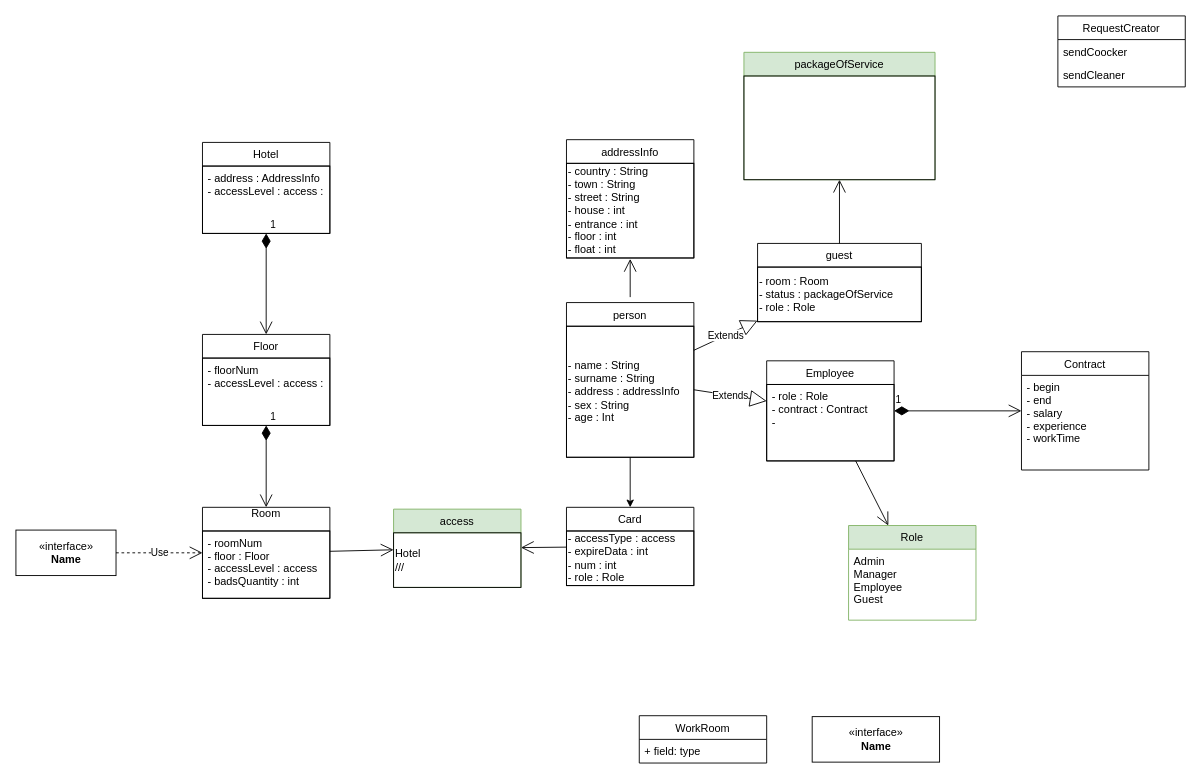
This is doc/umlclass.drawio from Brisoul/Hotel-bussiness-administration, a draw.io file, before an edit. Source tidied: cells renumbered, new cells numbered last; positions are measured from the earlier drawing's top-left corner, leaving out a move shared by most shapes. Both pictures are drawn from the tidied source at 91%, with x=0, y=0 at pixel (15, 15).
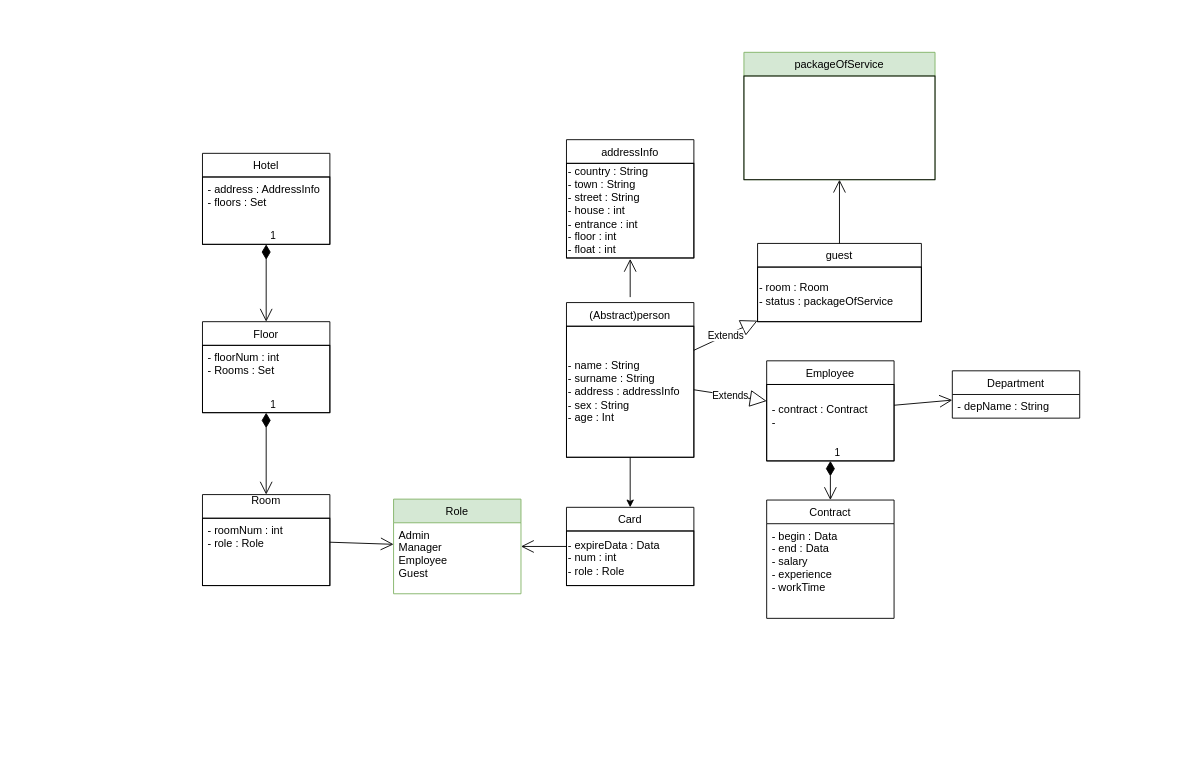
After the change.

The change refers to these unchanged cells:
```xml
<mxCell id="4" value="Card" style="swimlane;fontStyle=0;horizontal=1;startSize=26;fillColor=none;" parent="1" vertex="1">
  <mxGeometry x="605" y="540" width="140" height="86" as="geometry" />
</mxCell>
<mxCell id="6" value="guest" style="swimlane;fontStyle=0;horizontal=1;startSize=26;fillColor=none;" parent="1" vertex="1">
  <mxGeometry x="815" y="250" width="180" height="86" as="geometry" />
</mxCell>
<mxCell id="8" value="Employee" style="swimlane;fontStyle=0;horizontal=1;startSize=26;fillColor=none;" parent="1" vertex="1">
  <mxGeometry x="825" y="379" width="140" height="110" as="geometry" />
</mxCell>
```

Change to the diagram source:
```diff
@@
     <mxCell id="2" value="Room&#10;" style="swimlane;fontStyle=0;horizontal=1;startSize=26;fillColor=none;" parent="1" vertex="1">
-      <mxGeometry x="205" y="540" width="140" height="100" as="geometry" />
+      <mxGeometry x="205" y="526" width="140" height="100" as="geometry" />
     </mxCell>
-    <mxCell id="3" value="- roomNum&#10;- floor : Floor&#10;- accessLevel : access&#10;- badsQuantity : int" style="text;strokeColor=default;fillColor=none;align=left;verticalAlign=top;spacingLeft=4;spacingRight=4;overflow=hidden;" parent="2" vertex="1">
+    <mxCell id="3" value="- roomNum : int&#10;- role : Role" style="text;strokeColor=default;fillColor=none;align=left;verticalAlign=top;spacingLeft=4;spacingRight=4;overflow=hidden;" parent="2" vertex="1">
       <mxGeometry y="26" width="140" height="74" as="geometry" />
     </mxCell>
@@
-    <mxCell id="5" value="- accessType : access&lt;br&gt;- expireData : int&lt;br&gt;- num : int&lt;br&gt;- role : Role" style="rounded=0;whiteSpace=wrap;html=1;strokeColor=default;fillColor=none;align=left;" parent="4" vertex="1">
+    <mxCell id="5" value="- expireData : Data&lt;br&gt;- num : int&lt;br&gt;- role : Role" style="rounded=0;whiteSpace=wrap;html=1;strokeColor=default;fillColor=none;align=left;" parent="4" vertex="1">
       <mxGeometry y="26" width="140" height="60" as="geometry" />
     </mxCell>
@@
-    <mxCell id="7" value="- room : Room&lt;br&gt;- status : packageOfService&lt;br&gt;- role : Role" style="rounded=0;whiteSpace=wrap;html=1;strokeColor=default;fillColor=none;align=left;" parent="6" vertex="1">
+    <mxCell id="7" value="- room : Room&lt;br&gt;- status : packageOfService" style="rounded=0;whiteSpace=wrap;html=1;strokeColor=default;fillColor=none;align=left;" parent="6" vertex="1">
       <mxGeometry y="26" width="180" height="60" as="geometry" />
     </mxCell>
@@
-    <mxCell id="9" value="- role : Role&#10;- contract : Contract&#10;- " style="text;strokeColor=default;fillColor=none;align=left;verticalAlign=top;spacingLeft=4;spacingRight=4;overflow=hidden;" parent="8" vertex="1">
+    <mxCell id="9" value="&#10;- contract : Contract&#10;- " style="text;strokeColor=default;fillColor=none;align=left;verticalAlign=top;spacingLeft=4;spacingRight=4;overflow=hidden;" parent="8" vertex="1">
       <mxGeometry y="26" width="140" height="84" as="geometry" />
     </mxCell>
-    <mxCell id="10" value="person" style="swimlane;fontStyle=0;horizontal=1;startSize=26;fillColor=none;" parent="1" vertex="1">
+    <mxCell id="10" value="(Abstract)person" style="swimlane;fontStyle=0;horizontal=1;startSize=26;fillColor=none;" parent="1" vertex="1">
       <mxGeometry x="605" y="315" width="140" height="170" as="geometry" />
     </mxCell>
@@
-    <mxCell id="12" value="access" style="swimlane;fontStyle=0;horizontal=1;startSize=26;fillColor=#d5e8d4;strokeColor=#82b366;" parent="1" vertex="1">
-      <mxGeometry x="415" y="542" width="140" height="86" as="geometry" />
-    </mxCell>
-    <mxCell id="13" value="Hotel&lt;br&gt;///" style="rounded=0;whiteSpace=wrap;html=1;strokeColor=default;fillColor=none;align=left;" parent="12" vertex="1">
-      <mxGeometry y="26" width="140" height="60" as="geometry" />
-    </mxCell>
@@
-    <mxCell id="16" style="endArrow=open;endFill=1;endSize=12;html=1;rounded=0;elbow=vertical;" parent="1" edge="1" source="2" target="12">
-      <mxGeometry relative="1" as="geometry" />
-    </mxCell>
@@
-    <mxCell id="19" style="endArrow=open;endFill=1;endSize=12;html=1;rounded=0;" parent="1" edge="1" source="4" target="12">
-      <mxGeometry relative="1" as="geometry" />
-    </mxCell>
@@
     <mxCell id="24" value="Floor" style="swimlane;fontStyle=0;horizontal=1;startSize=26;fillColor=none;" parent="1" vertex="1">
-      <mxGeometry x="205" y="350" width="140" height="100" as="geometry" />
+      <mxGeometry x="205" y="336" width="140" height="100" as="geometry" />
     </mxCell>
-    <mxCell id="25" value="- floorNum&#10;- accessLevel : access :" style="text;strokeColor=default;fillColor=none;align=left;verticalAlign=top;spacingLeft=4;spacingRight=4;overflow=hidden;" parent="24" vertex="1">
+    <mxCell id="25" value="- floorNum : int&#10;- Rooms : Set" style="text;strokeColor=default;fillColor=none;align=left;verticalAlign=top;spacingLeft=4;spacingRight=4;overflow=hidden;" parent="24" vertex="1">
       <mxGeometry y="26" width="140" height="74" as="geometry" />
     </mxCell>
     <mxCell id="26" value="Hotel" style="swimlane;fontStyle=0;horizontal=1;startSize=26;fillColor=none;" parent="1" vertex="1">
-      <mxGeometry x="205" y="139" width="140" height="100" as="geometry" />
+      <mxGeometry x="205" y="151" width="140" height="100" as="geometry" />
     </mxCell>
-    <mxCell id="27" value="- address : AddressInfo&#10;- accessLevel : access :" style="text;strokeColor=default;fillColor=none;align=left;verticalAlign=top;spacingLeft=4;spacingRight=4;overflow=hidden;" parent="26" vertex="1">
+    <mxCell id="27" value="- address : AddressInfo&#10;- floors : Set" style="text;strokeColor=default;fillColor=none;align=left;verticalAlign=top;spacingLeft=4;spacingRight=4;overflow=hidden;" parent="26" vertex="1">
       <mxGeometry y="26" width="140" height="74" as="geometry" />
     </mxCell>
@@
     <mxCell id="30" value="Contract" style="swimlane;fontStyle=0;horizontal=1;startSize=26;fillColor=none;" parent="1" vertex="1">
-      <mxGeometry x="1105" y="369" width="140" height="130" as="geometry" />
+      <mxGeometry x="825" y="532" width="140" height="130" as="geometry" />
     </mxCell>
-    <mxCell id="31" value="- begin&#10;- end&#10;- salary&#10;- experience&#10;- workTime&#10;" style="text;strokeColor=none;fillColor=none;align=left;verticalAlign=top;spacingLeft=4;spacingRight=4;overflow=hidden;" parent="30" vertex="1">
+    <mxCell id="31" value="- begin : Data&#10;- end : Data&#10;- salary&#10;- experience&#10;- workTime&#10;" style="text;strokeColor=none;fillColor=none;align=left;verticalAlign=top;spacingLeft=4;spacingRight=4;overflow=hidden;" parent="30" vertex="1">
       <mxGeometry y="26" width="140" height="104" as="geometry" />
     </mxCell>
     <mxCell id="32" value="Role" style="swimlane;fontStyle=0;horizontal=1;startSize=26;fillColor=#d5e8d4;strokeColor=#82b366;" parent="1" vertex="1">
-      <mxGeometry x="915" y="560" width="140" height="104" as="geometry" />
+      <mxGeometry x="415" y="531" width="140" height="104" as="geometry" />
     </mxCell>
@@
-    <mxCell id="34" style="endArrow=open;endFill=1;endSize=12;html=1;rounded=0;" parent="1" edge="1" source="8" target="32">
+    <mxCell id="34" style="endArrow=open;endFill=1;endSize=12;html=1;rounded=0;" parent="1" edge="1" source="4" target="32">
       <mxGeometry relative="1" as="geometry" />
     </mxCell>
@@
-    <mxCell id="37" value="WorkRoom" style="swimlane;fontStyle=0;horizontal=1;startSize=26;fillColor=none;" parent="1" vertex="1">
-      <mxGeometry x="685" y="769" width="140" height="52" as="geometry" />
-    </mxCell>
-    <mxCell id="38" value="+ field: type" style="text;strokeColor=none;fillColor=none;align=left;verticalAlign=top;spacingLeft=4;spacingRight=4;overflow=hidden;" parent="37" vertex="1">
-      <mxGeometry y="26" width="140" height="26" as="geometry" />
-    </mxCell>
-    <mxCell id="39" value="&amp;laquo;interface&amp;raquo;&lt;br&gt;&lt;b&gt;Name&lt;/b&gt;" style="html=1;" parent="1" vertex="1">
-      <mxGeometry x="875" y="770" width="140" height="50" as="geometry" />
-    </mxCell>
-    <mxCell id="40" value="&amp;laquo;interface&amp;raquo;&lt;br&gt;&lt;b&gt;Name&lt;/b&gt;" style="html=1;fillColor=none;" parent="1" vertex="1">
-      <mxGeometry y="565" width="110" height="50" as="geometry" />
-    </mxCell>
-    <mxCell id="41" value="Use" style="endArrow=open;endSize=12;dashed=1;html=1;rounded=0;" parent="1" edge="1" source="40" target="2">
-      <mxGeometry relative="1" as="geometry" />
-    </mxCell>
-    <mxCell id="42" value="RequestCreator" style="swimlane;fontStyle=0;horizontal=1;startSize=26;fillColor=none;" parent="1" vertex="1">
-      <mxGeometry x="1145" width="140" height="78" as="geometry" />
-    </mxCell>
-    <mxCell id="43" value="sendCoocker" style="text;strokeColor=none;fillColor=none;align=left;verticalAlign=top;spacingLeft=4;spacingRight=4;overflow=hidden;" parent="42" vertex="1">
-      <mxGeometry y="26" width="140" height="26" as="geometry" />
-    </mxCell>
-    <mxCell id="44" value="sendCleaner" style="text;strokeColor=none;fillColor=none;align=left;verticalAlign=top;spacingLeft=4;spacingRight=4;overflow=hidden;" parent="42" vertex="1">
-      <mxGeometry y="52" width="140" height="26" as="geometry" />
-    </mxCell>
+    <mxCell id="45" value="Department" style="swimlane;fontStyle=0;horizontal=1;startSize=26;fillColor=none;" parent="1" vertex="1">
+      <mxGeometry x="1029" y="390" width="140" height="52" as="geometry" />
+    </mxCell>
+    <mxCell id="46" value="- depName : String" style="text;strokeColor=none;fillColor=none;align=left;verticalAlign=top;spacingLeft=4;spacingRight=4;overflow=hidden;" parent="45" vertex="1">
+      <mxGeometry y="26" width="140" height="26" as="geometry" />
+    </mxCell>
+    <mxCell id="47" style="endArrow=open;endFill=1;endSize=12;html=1;rounded=0;" parent="1" edge="1" source="8" target="45">
+      <mxGeometry relative="1" as="geometry" />
+    </mxCell>
+    <mxCell id="48" style="endArrow=open;endFill=1;endSize=12;html=1;rounded=0;" parent="1" edge="1" source="2" target="32">
+      <mxGeometry relative="1" as="geometry" />
+    </mxCell>
```
